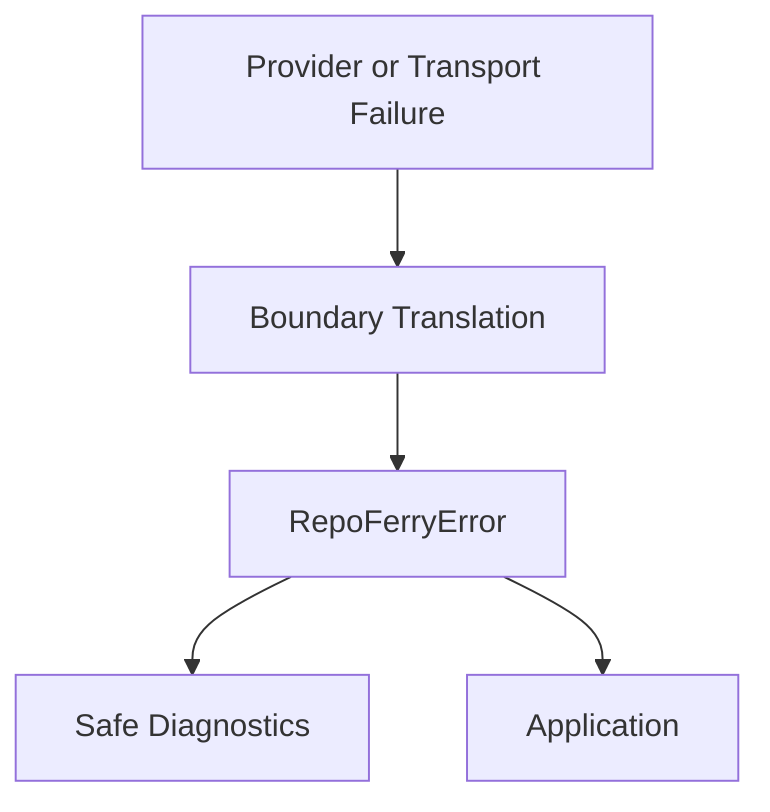
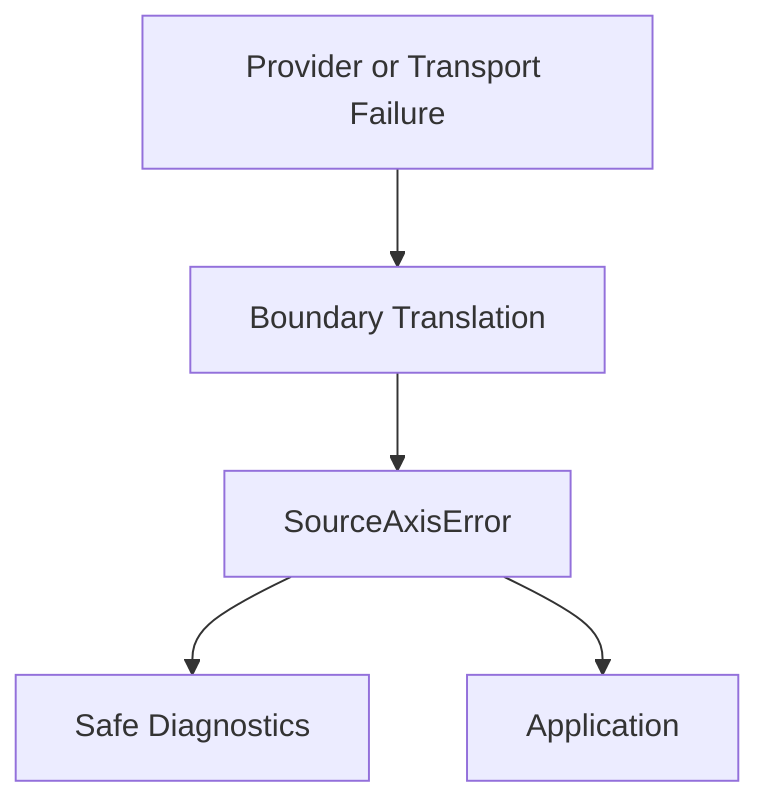
flowchart TD
  Failure["Provider or Transport Failure"]
  Boundary["Boundary Translation"]
-   Error["RepoFerryError"]
+   Error["SourceAxisError"]
  Diagnostics["Safe Diagnostics"]
  Caller["Application"]

  Failure --> Boundary
  Boundary --> Error
  Error --> Diagnostics
  Error --> Caller
